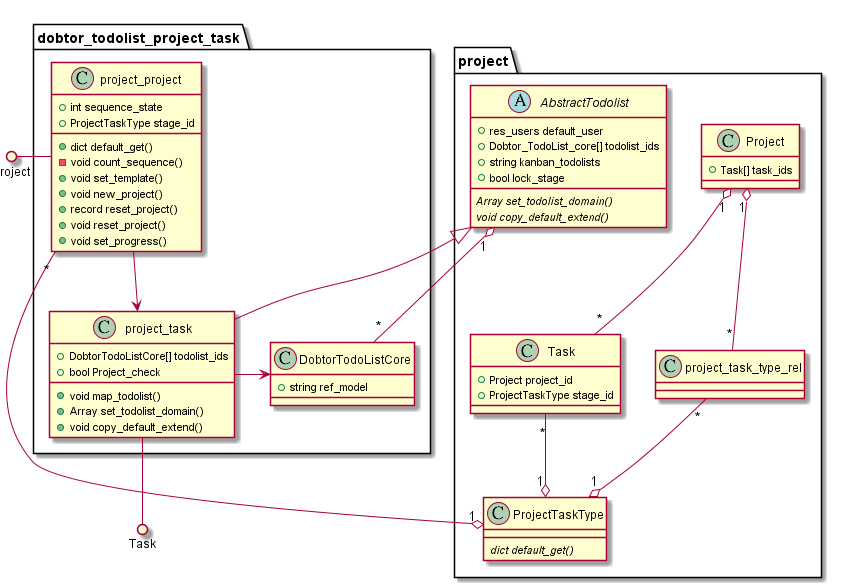
Above: dobtor_todolist_project_task/doc/uml.png in Dobtor/ProductivityTools (PlantUML), before the change.
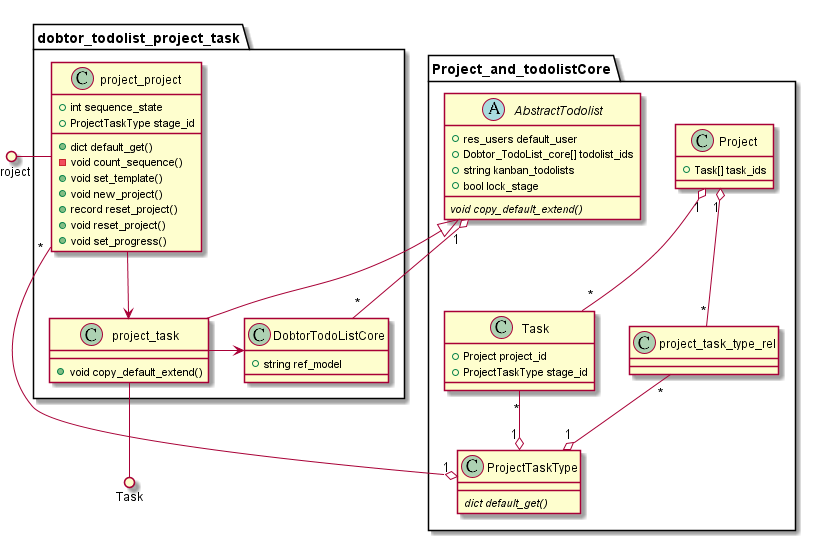
After the change.

Commit message:
[FIX][REF] todo_list : fix form view insert todolist and refactoring

Diff of the diagram source:
```diff
@@ -1,6 +1,6 @@
 @startuml
 
-package project {
+package Project_and_todolistCore{
 
 
     Class Task {
@@ -14,7 +14,6 @@
         + Dobtor_TodoList_core[] todolist_ids
         + string kanban_todolists
         + bool lock_stage
-        {abstract} Array set_todolist_domain()
         {abstract} void copy_default_extend()
     }
 
@@ -52,10 +51,6 @@
     }
 
     Class project_task {
-        + DobtorTodoListCore[] todolist_ids
-        + bool Project_check
-        + void map_todolist()
-        + Array set_todolist_domain()
         + void copy_default_extend()
     }
 }
```
